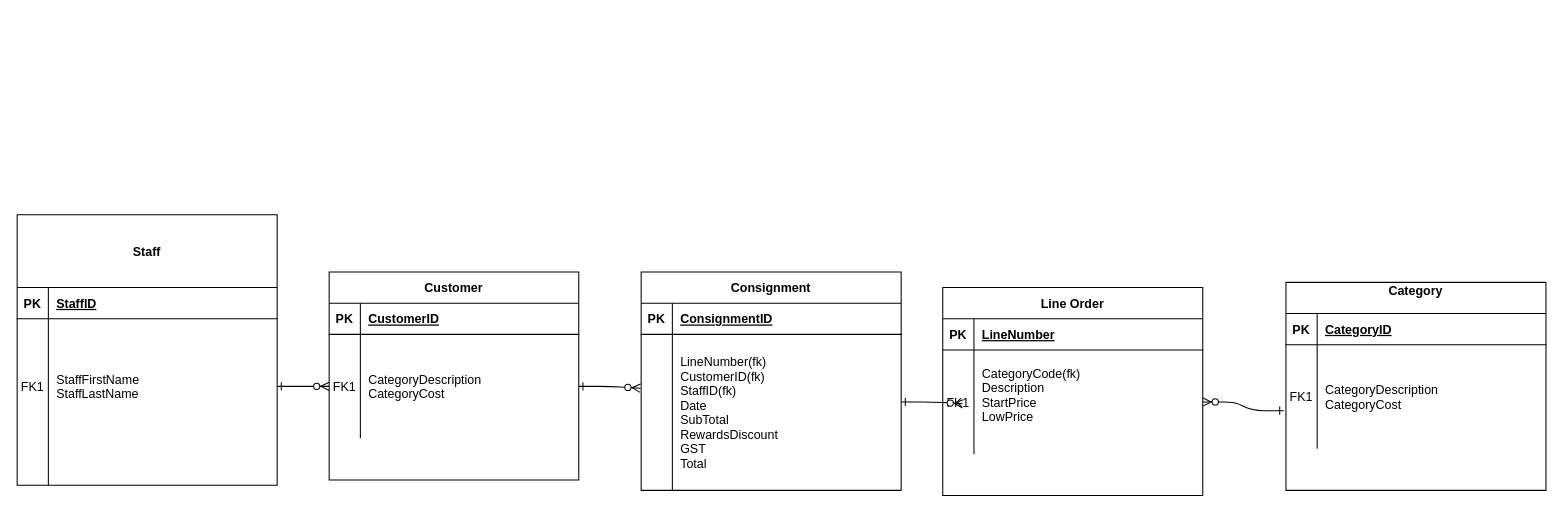
Above: Untitled Diagram.drawio in RickChum/web-project (draw.io), before the change. Source tidied: cells renumbered, new cells numbered last; positions are measured from the earlier drawing's top-left corner, leaving out a move shared by most shapes. Both pictures are drawn from the tidied source at 104%, with x=0, y=0 at pixel (17, 214).
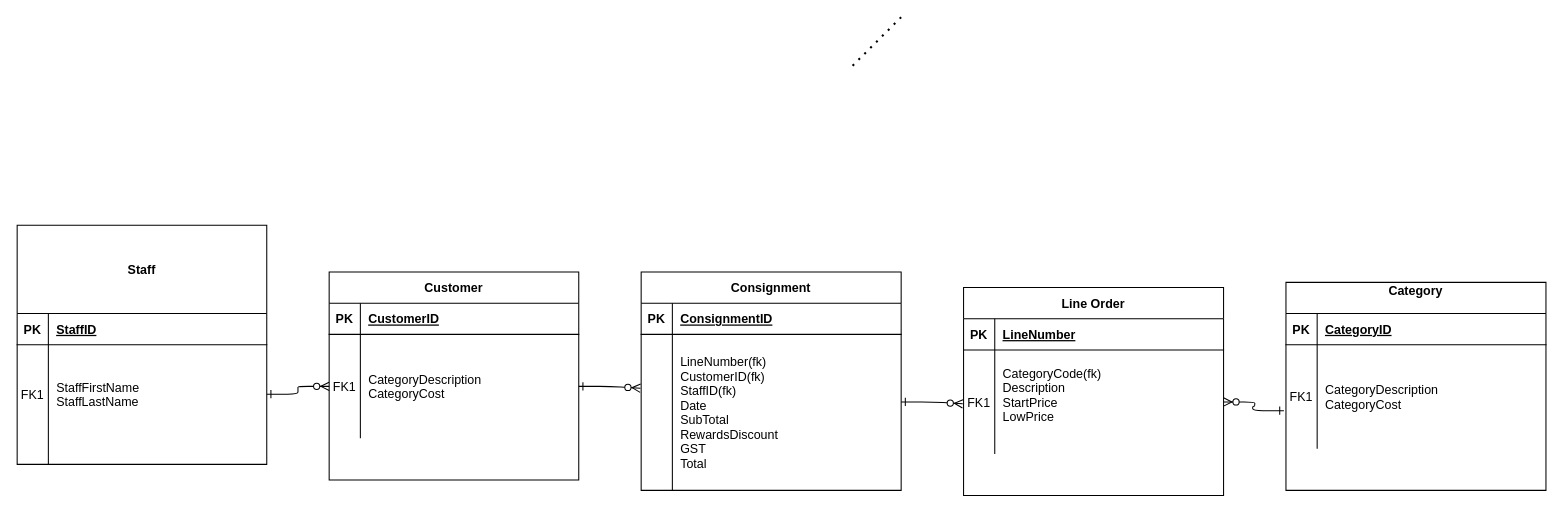
After the change.

What changed in the source:
```diff
@@
     <mxCell id="3" value="Line Order" style="shape=table;startSize=30;childLayout=tableLayout;rowLines=0;fontStyle=1;align=center;" parent="1" vertex="1">
-      <mxGeometry x="890" y="70" width="250" height="200" as="geometry" />
+      <mxGeometry x="910" y="70" width="250" height="200" as="geometry" />
     </mxCell>
@@
-    <mxCell id="10" value="Staff" style="shape=table;startSize=70;childLayout=tableLayout;rowLines=0;fontStyle=1;align=center;" parent="1" vertex="1">
-      <mxGeometry width="250" height="260" as="geometry" />
+    <mxCell id="10" value="Staff" style="shape=table;startSize=85;childLayout=tableLayout;rowLines=0;fontStyle=1;align=center;" parent="1" vertex="1">
+      <mxGeometry y="10" width="240" height="230" as="geometry" />
     </mxCell>
     <mxCell id="11" style="shape=partialRectangle;fillColor=none;top=0;left=0;right=0;bottom=1;" parent="10" vertex="1">
-      <mxGeometry y="70" width="250" height="30" as="geometry" />
+      <mxGeometry y="85" width="240" height="30" as="geometry" />
     </mxCell>
@@
     <mxCell id="13" value="StaffID" style="shape=partialRectangle;overflow=hidden;fillColor=none;top=0;left=0;bottom=0;right=0;align=left;spacingLeft=6;fontStyle=5;" parent="11" vertex="1">
-      <mxGeometry x="30" width="220" height="30" as="geometry" />
+      <mxGeometry x="30" width="210" height="30" as="geometry" />
     </mxCell>
     <mxCell id="14" style="shape=partialRectangle;fillColor=none;points=[[0,0.5],[1,0.5]];portConstraint=eastwest;top=0;left=0;right=0;bottom=0;" parent="10" vertex="1">
-      <mxGeometry y="100" width="250" height="130" as="geometry" />
+      <mxGeometry y="115" width="240" height="95" as="geometry" />
     </mxCell>
     <mxCell id="15" value="FK1" style="shape=partialRectangle;overflow=hidden;fillColor=none;top=0;left=0;bottom=0;right=0;" parent="14" vertex="1">
-      <mxGeometry width="30" height="130" as="geometry" />
+      <mxGeometry width="30" height="95" as="geometry" />
     </mxCell>
     <mxCell id="16" value="StaffFirstName&#10;StaffLastName" style="shape=partialRectangle;overflow=hidden;fillColor=none;top=0;left=0;bottom=0;right=0;align=left;spacingLeft=6;" parent="14" vertex="1">
-      <mxGeometry x="30" width="220" height="130" as="geometry" />
+      <mxGeometry x="30" width="210" height="95" as="geometry" />
     </mxCell>
     <mxCell id="17" style="shape=partialRectangle;fillColor=none;top=0;left=0;right=0;bottom=0;" parent="10" vertex="1">
-      <mxGeometry y="230" width="250" height="30" as="geometry" />
+      <mxGeometry y="210" width="240" height="20" as="geometry" />
     </mxCell>
     <mxCell id="18" style="shape=partialRectangle;overflow=hidden;fillColor=none;top=0;left=0;bottom=0;right=0;" parent="17" vertex="1">
-      <mxGeometry width="30" height="30" as="geometry" />
+      <mxGeometry width="30" height="20" as="geometry" />
     </mxCell>
     <mxCell id="19" style="shape=partialRectangle;overflow=hidden;fillColor=none;top=0;left=0;bottom=0;right=0;align=left;spacingLeft=6;" parent="17" vertex="1">
-      <mxGeometry x="30" width="220" height="30" as="geometry" />
+      <mxGeometry x="30" width="210" height="20" as="geometry" />
     </mxCell>
@@
+    <mxCell id="44" style="endArrow=none;dashed=1;html=1;dashPattern=1 3;strokeWidth=2;" parent="1" edge="1">
+      <mxGeometry relative="1" as="geometry">
+        <mxPoint x="850" y="-190" as="sourcePoint" />
+        <mxPoint x="800" y="-140" as="targetPoint" />
+      </mxGeometry>
+    </mxCell>
```
